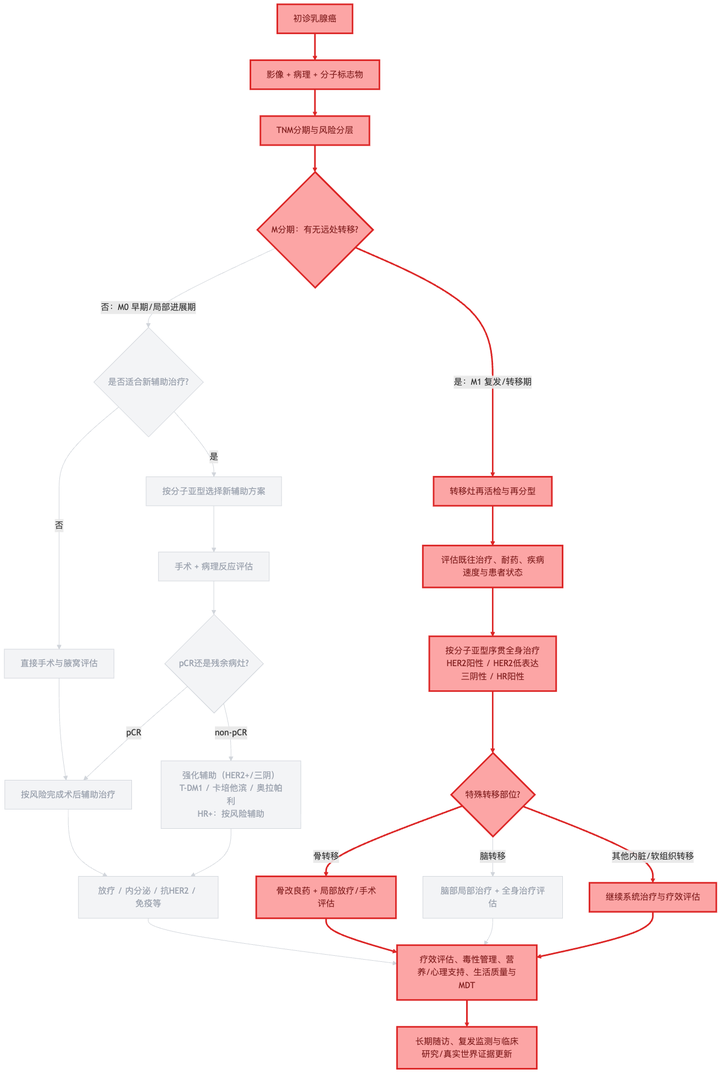
The Mermaid diagram diagrams/decision-chain-REAL-002.png in dongjb741280/breast-cancer, before a commit. Its source is kept beside it as diagrams/decision-chain-REAL-002.mmd.
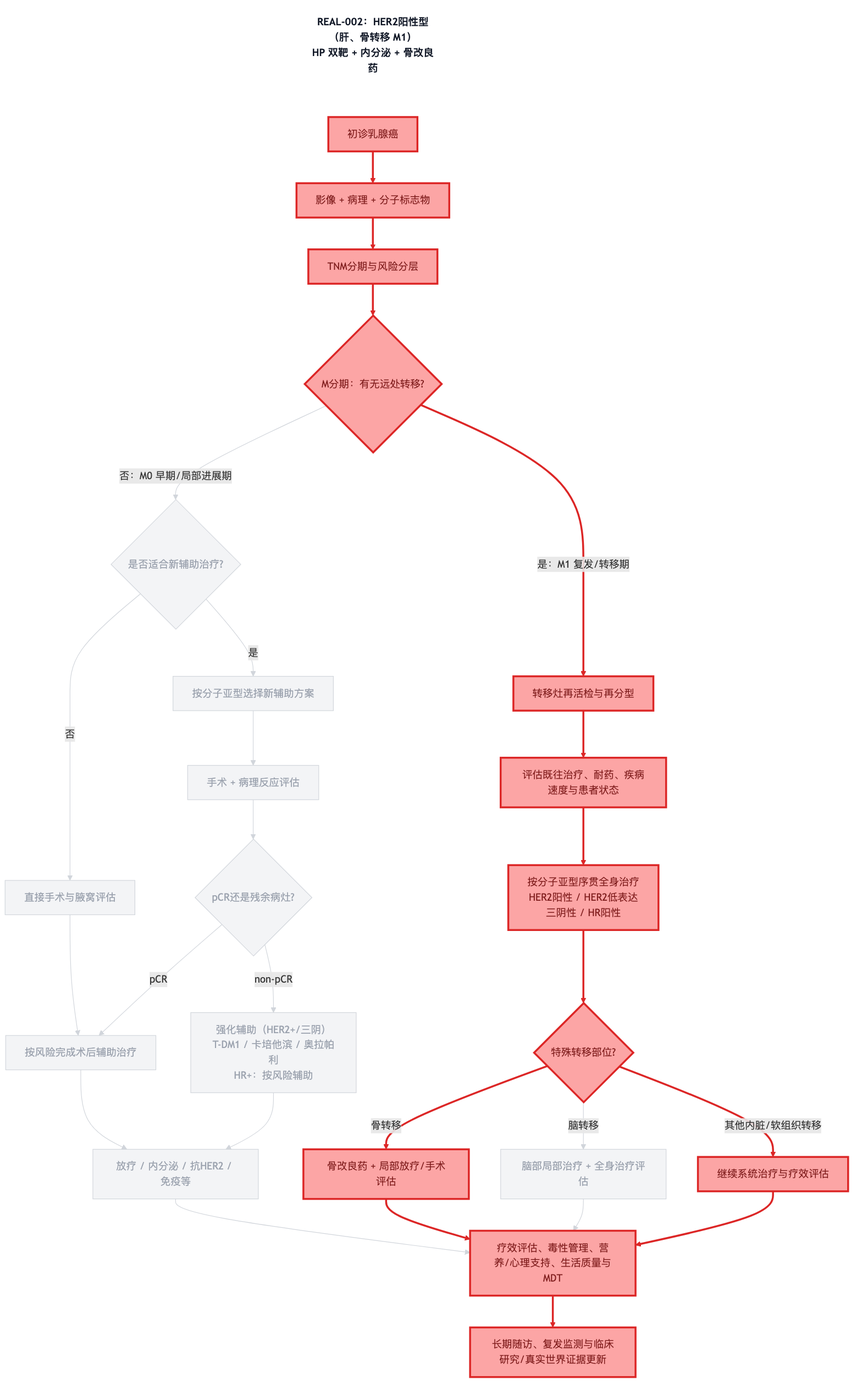
The same file after the commit.

Diff of the diagram source:
```diff
@@ -1,4 +1,5 @@
 graph TD
+    TITLE["REAL-002：HER2阳性型（肝、骨转移 M1）<br/>HP 双靶 + 内分泌 + 骨改良药"]
     A[初诊乳腺癌]
     B[影像 + 病理 + 分子标志物]
     C[TNM分期与风险分层]
@@ -27,7 +28,7 @@
     E -->|是| F
     E -->|否| G
     F --> H
-    G --> H
+    G --> J
     H --> I
     I -->|pCR| J
     I -->|non-pCR| K
@@ -45,8 +46,11 @@
     R --> T
     S --> T
     T --> U
+    TITLE ~~~ A
     classDef path fill:#fca5a5,stroke:#dc2626,color:#7f1d1d,stroke-width:3px;
     classDef dim fill:#f3f4f6,stroke:#d1d5db,color:#9ca3af,stroke-width:1px;
+    classDef caption fill:#fff,stroke:none,color:#111827,font-weight:bold;
+    class TITLE caption;
     class A path;
     class B path;
     class C path;
```
